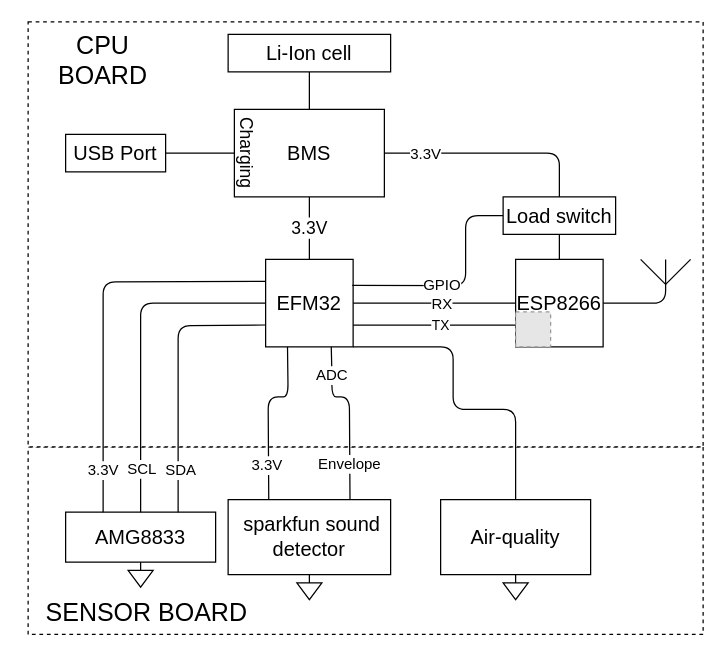
thomasf10/cosy_cafeteria keeps this draw.io diagram as Masterplan/fig/architecture.drawio. Above is the earlier version. Source tidied: cells renumbered, new cells numbered last; positions are measured from the earlier drawing's top-left corner, leaving out a move shared by most shapes. Both pictures are drawn from the tidied source at 125%, with x=0, y=0 at pixel (28, 21). Pictures stored in the file or linked from it are replaced by grey dashed boxes.
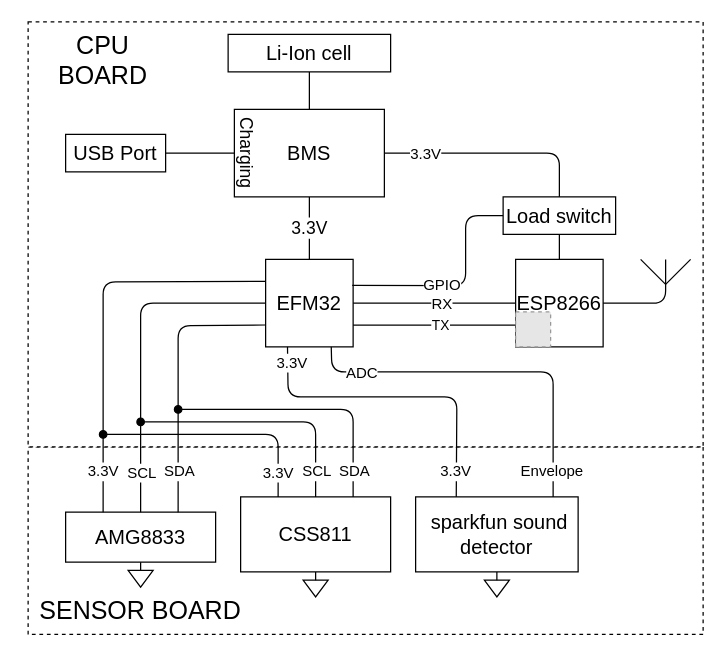
Above is the later version.

The change refers to these unchanged cells:
```xml
<mxCell id="4" value="&lt;font style=&quot;font-size: 16px&quot;&gt;EFM32&lt;/font&gt;" style="rounded=0;whiteSpace=wrap;html=1;" parent="1" vertex="1">
  <mxGeometry x="190" y="190" width="70" height="70" as="geometry" />
</mxCell>
<mxCell id="24" style="endArrow=none;html=1;exitX=0;exitY=0.25;exitDx=0;exitDy=0;entryX=0.25;entryY=0;entryDx=0;entryDy=0;" parent="1" edge="1" source="4" target="23">
  <mxGeometry relative="1" as="geometry">
    <Array as="points">
      <mxPoint x="60" y="208" />
    </Array>
  </mxGeometry>
</mxCell>
<mxCell id="26" style="endArrow=none;html=1;exitX=0;exitY=0.5;exitDx=0;exitDy=0;entryX=0.5;entryY=0;entryDx=0;entryDy=0;" parent="1" edge="1" source="4" target="23">
  <mxGeometry relative="1" as="geometry">
    <Array as="points">
      <mxPoint x="90" y="225" />
    </Array>
  </mxGeometry>
</mxCell>
<mxCell id="28" style="endArrow=none;html=1;entryX=0;entryY=0.75;entryDx=0;entryDy=0;exitX=0.75;exitY=0;exitDx=0;exitDy=0;" parent="1" edge="1" source="23" target="4">
  <mxGeometry relative="1" as="geometry">
    <Array as="points">
      <mxPoint x="120" y="243" />
    </Array>
  </mxGeometry>
</mxCell>
```

The edit, as a diff of the source:
```diff
@@
     <mxCell id="25" value="3.3V" style="text;html=1;align=center;verticalAlign=middle;labelBackgroundColor=#ffffff;" parent="24" vertex="1">
       <mxGeometry x="0.66" relative="1" as="geometry">
-        <mxPoint y="19.1" as="offset" />
+        <mxPoint y="20.6" as="offset" />
       </mxGeometry>
     </mxCell>
@@
     <mxCell id="27" value="SCL" style="text;html=1;align=center;verticalAlign=middle;labelBackgroundColor=#ffffff;" parent="26" vertex="1">
       <mxGeometry x="0.64" relative="1" as="geometry">
-        <mxPoint y="13.6" as="offset" />
+        <mxPoint y="16.4" as="offset" />
       </mxGeometry>
     </mxCell>
@@
     <mxCell id="29" value="SDA" style="text;html=1;align=center;verticalAlign=middle;labelBackgroundColor=#ffffff;" parent="28" vertex="1">
-      <mxGeometry x="-0.69" y="-1" relative="1" as="geometry" />
+      <mxGeometry x="-0.69" y="-1" relative="1" as="geometry">
+        <mxPoint x="-1" y="1.5" as="offset" />
+      </mxGeometry>
     </mxCell>
@@
     <mxCell id="31" value="&lt;font style=&quot;font-size: 16px&quot;&gt;&amp;nbsp;sparkfun sound detector&lt;/font&gt;" style="rounded=0;whiteSpace=wrap;html=1;" parent="1" vertex="1">
-      <mxGeometry x="160" y="382.2" width="130" height="60" as="geometry" />
+      <mxGeometry x="310" y="380" width="130" height="60" as="geometry" />
     </mxCell>
     <mxCell id="32" style="verticalLabelPosition=bottom;shadow=0;dashed=0;align=center;html=1;verticalAlign=top;shape=mxgraph.electrical.signal_sources.signal_ground;" parent="1" vertex="1">
-      <mxGeometry x="215" y="442.2" width="20" height="20" as="geometry" />
+      <mxGeometry x="365" y="440" width="20" height="20" as="geometry" />
     </mxCell>
-    <mxCell id="33" style="endArrow=none;html=1;entryX=0.25;entryY=1;entryDx=0;entryDy=0;exitX=0.25;exitY=0;exitDx=0;exitDy=0;" parent="1" edge="1" source="31" target="4">
-      <mxGeometry relative="1" as="geometry">
-        <Array as="points">
-          <mxPoint x="192" y="300" />
-          <mxPoint x="208" y="300" />
-        </Array>
-      </mxGeometry>
-    </mxCell>
-    <mxCell id="34" value="3.3V" style="text;html=1;align=center;verticalAlign=middle;labelBackgroundColor=#ffffff;" parent="33" vertex="1">
-      <mxGeometry x="-0.64" relative="1" as="geometry">
-        <mxPoint x="-2.3" y="-3.1" as="offset" />
-      </mxGeometry>
-    </mxCell>
-    <mxCell id="35" style="endArrow=none;html=1;entryX=0.75;entryY=1;entryDx=0;entryDy=0;exitX=0.75;exitY=0;exitDx=0;exitDy=0;" parent="1" edge="1" source="31" target="4">
+    <mxCell id="35" style="endArrow=none;html=1;entryX=0.75;entryY=1;entryDx=0;entryDy=0;" parent="1" edge="1" target="4">
       <mxGeometry relative="1" as="geometry">
+        <mxPoint x="420" y="380" as="sourcePoint" />
         <Array as="points">
-          <mxPoint x="257" y="300" />
-          <mxPoint x="243" y="300" />
+          <mxPoint x="420" y="280" />
+          <mxPoint x="370" y="280" />
+          <mxPoint x="360" y="280" />
           <mxPoint x="243" y="280" />
         </Array>
       </mxGeometry>
     </mxCell>
     <mxCell id="36" value="Envelope" style="text;html=1;align=center;verticalAlign=middle;labelBackgroundColor=#ffffff;" parent="35" vertex="1">
       <mxGeometry x="-0.55" relative="1" as="geometry">
-        <mxPoint x="-1.1" y="2.6" as="offset" />
+        <mxPoint x="-1.1" y="46.2" as="offset" />
       </mxGeometry>
     </mxCell>
     <mxCell id="37" value="ADC" style="text;html=1;align=center;verticalAlign=middle;labelBackgroundColor=#ffffff;" parent="35" vertex="1">
-      <mxGeometry x="0.68" y="1" relative="1" as="geometry" />
+      <mxGeometry x="0.68" y="1" relative="1" as="geometry">
+        <mxPoint x="-4.8" y="-1" as="offset" />
+      </mxGeometry>
     </mxCell>
-    <mxCell id="38" value="&lt;font style=&quot;font-size: 16px&quot;&gt;Air-quality&lt;/font&gt;" style="rounded=0;whiteSpace=wrap;html=1;" parent="1" vertex="1">
-      <mxGeometry x="330" y="382.2" width="120" height="60" as="geometry" />
+    <mxCell id="38" value="&lt;font style=&quot;font-size: 16px&quot;&gt;CSS811&lt;/font&gt;" style="rounded=0;whiteSpace=wrap;html=1;" parent="1" vertex="1">
+      <mxGeometry x="170" y="380" width="120" height="60" as="geometry" />
     </mxCell>
     <mxCell id="39" style="verticalLabelPosition=bottom;shadow=0;dashed=0;align=center;html=1;verticalAlign=top;shape=mxgraph.electrical.signal_sources.signal_ground;" parent="1" vertex="1">
-      <mxGeometry x="380" y="442.2" width="20" height="20" as="geometry" />
+      <mxGeometry x="220" y="440" width="20" height="20" as="geometry" />
     </mxCell>
@@
-    <mxCell id="43" style="endArrow=none;html=1;exitX=0.5;exitY=0;exitDx=0;exitDy=0;entryX=1;entryY=1;entryDx=0;entryDy=0;" parent="1" edge="1" source="38" target="4">
-      <mxGeometry relative="1" as="geometry">
-        <Array as="points">
-          <mxPoint x="390" y="310" />
-          <mxPoint x="340" y="310" />
-          <mxPoint x="340" y="260" />
-        </Array>
-      </mxGeometry>
-    </mxCell>
@@
     <mxCell id="45" value="&lt;font style=&quot;font-size: 20px&quot;&gt;SENSOR BOARD&lt;/font&gt;" style="text;html=1;strokeColor=none;fillColor=none;align=center;verticalAlign=middle;whiteSpace=wrap;rounded=0;dashed=1;" parent="1" vertex="1">
-      <mxGeometry y="452.2" width="190" height="40" as="geometry" />
+      <mxGeometry x="-5" y="440" width="190" height="60" as="geometry" />
     </mxCell>
+    <mxCell id="46" style="endArrow=oval;html=1;exitX=0.25;exitY=0;exitDx=0;exitDy=0;startArrow=none;startFill=0;endFill=1;" parent="1" edge="1" source="38">
+      <mxGeometry relative="1" as="geometry">
+        <mxPoint x="60" y="330" as="targetPoint" />
+        <Array as="points">
+          <mxPoint x="200" y="330" />
+        </Array>
+      </mxGeometry>
+    </mxCell>
+    <mxCell id="47" value="3.3V" style="text;html=1;align=center;verticalAlign=middle;labelBackgroundColor=#ffffff;" parent="46" vertex="1">
+      <mxGeometry x="-0.89" y="1" relative="1" as="geometry">
+        <mxPoint y="-9.7" as="offset" />
+      </mxGeometry>
+    </mxCell>
+    <mxCell id="48" style="endArrow=oval;html=1;exitX=0.5;exitY=0;exitDx=0;exitDy=0;endFill=1;" parent="1" edge="1" source="38">
+      <mxGeometry relative="1" as="geometry">
+        <mxPoint x="90" y="320" as="targetPoint" />
+        <Array as="points">
+          <mxPoint x="230" y="320" />
+        </Array>
+      </mxGeometry>
+    </mxCell>
+    <mxCell id="49" value="SCL" style="text;html=1;align=center;verticalAlign=middle;labelBackgroundColor=#ffffff;" parent="48" vertex="1">
+      <mxGeometry x="-0.82" y="-1" relative="1" as="geometry">
+        <mxPoint x="-1" y="-2.3" as="offset" />
+      </mxGeometry>
+    </mxCell>
+    <mxCell id="50" style="endArrow=oval;html=1;exitX=0.75;exitY=0;exitDx=0;exitDy=0;endFill=1;" parent="1" edge="1" source="38">
+      <mxGeometry relative="1" as="geometry">
+        <mxPoint x="120" y="310" as="targetPoint" />
+        <Array as="points">
+          <mxPoint x="260" y="310" />
+        </Array>
+      </mxGeometry>
+    </mxCell>
+    <mxCell id="51" value="SDA" style="text;html=1;align=center;verticalAlign=middle;labelBackgroundColor=#ffffff;" parent="50" vertex="1">
+      <mxGeometry x="-0.83" y="1" relative="1" as="geometry">
+        <mxPoint x="1" y="-2.3" as="offset" />
+      </mxGeometry>
+    </mxCell>
+    <mxCell id="33" style="endArrow=none;html=1;entryX=0.25;entryY=1;entryDx=0;entryDy=0;exitX=0.25;exitY=0;exitDx=0;exitDy=0;" parent="1" edge="1" source="31" target="4">
+      <mxGeometry relative="1" as="geometry">
+        <Array as="points">
+          <mxPoint x="343" y="300" />
+          <mxPoint x="208" y="300" />
+        </Array>
+      </mxGeometry>
+    </mxCell>
+    <mxCell id="52" value="3.3V" style="text;html=1;align=center;verticalAlign=middle;labelBackgroundColor=#ffffff;" parent="33" vertex="1">
+      <mxGeometry x="0.9" y="-3" relative="1" as="geometry" />
+    </mxCell>
+    <mxCell id="53" value="3.3V" style="text;html=1;align=center;verticalAlign=middle;labelBackgroundColor=#ffffff;" parent="33" vertex="1">
+      <mxGeometry x="-0.87" y="1" relative="1" as="geometry">
+        <mxPoint y="-3.9" as="offset" />
+      </mxGeometry>
+    </mxCell>
```
